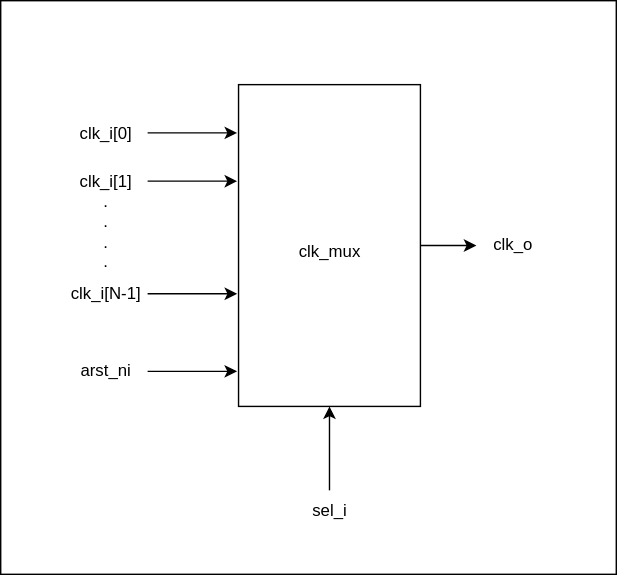
Before: document/source/adn_clk_rst_clk_mux_des.svg, a diagram exported from draw.io (ADN-VLSI/adn_clk_rst). Source tidied: cells renumbered, new cells last; positions are measured from the earlier drawing's top-left corner, leaving out a move shared by most shapes.
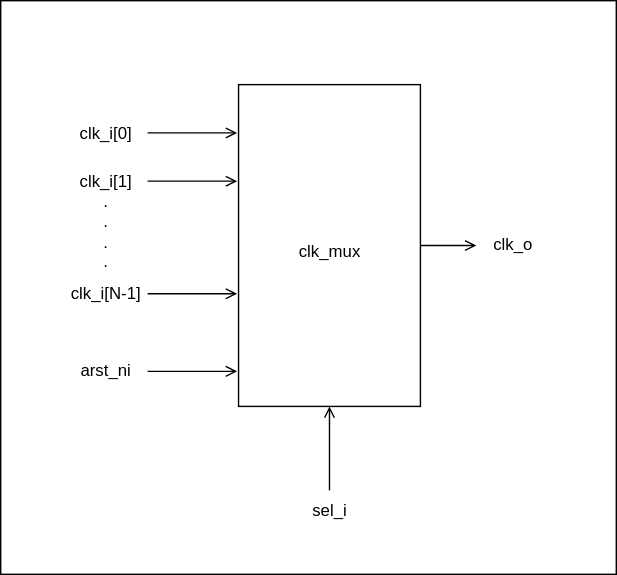
After the change.

Diff of the diagram source:
```diff
@@ -5,7 +5,7 @@
     <mxCell id="2" style="rounded=0;whiteSpace=wrap;html=1;" parent="1" vertex="1">
       <mxGeometry width="440" height="410" as="geometry" />
     </mxCell>
-    <mxCell id="3" style="edgeStyle=none;html=1;" parent="1" edge="1" source="4">
+    <mxCell id="3" style="edgeStyle=none;html=1;endArrow=open;endFill=0;" parent="1" edge="1" source="4">
       <mxGeometry relative="1" as="geometry">
         <mxPoint x="340" y="175" as="targetPoint" />
       </mxGeometry>
@@ -28,7 +28,7 @@
     <mxCell id="9" value="clk_i[N-1]" style="text;html=1;align=center;verticalAlign=middle;strokeColor=none;fillColor=none;" parent="1" vertex="1">
       <mxGeometry x="40" y="195" width="70" height="30" as="geometry" />
     </mxCell>
-    <mxCell id="10" style="edgeStyle=none;html=1;entryX=0.5;entryY=1;entryDx=0;entryDy=0;" parent="1" edge="1" source="11" target="4">
+    <mxCell id="10" style="edgeStyle=none;html=1;entryX=0.5;entryY=1;entryDx=0;entryDy=0;endArrow=open;endFill=0;" parent="1" edge="1" source="11" target="4">
       <mxGeometry relative="1" as="geometry" />
     </mxCell>
     <mxCell id="11" value="sel_i" style="text;html=1;align=center;verticalAlign=middle;points=[];strokeColor=none;fillColor=none;" parent="1" vertex="1">
@@ -37,25 +37,25 @@
     <mxCell id="12" value="clk_o" style="text;html=1;align=center;verticalAlign=middle;strokeColor=none;fillColor=none;" parent="1" vertex="1">
       <mxGeometry x="341" y="160" width="50" height="30" as="geometry" />
     </mxCell>
-    <mxCell id="13" style="edgeStyle=none;html=1;entryX=-0.008;entryY=0.891;entryDx=0;entryDy=0;entryPerimeter=0;" parent="1" edge="1" source="8" target="4">
+    <mxCell id="13" style="edgeStyle=none;html=1;entryX=-0.008;entryY=0.891;entryDx=0;entryDy=0;entryPerimeter=0;endArrow=open;endFill=0;" parent="1" edge="1" source="8" target="4">
       <mxGeometry relative="1" as="geometry" />
     </mxCell>
     <mxCell id="14" value=".&lt;div&gt;.&lt;/div&gt;&lt;div&gt;.&lt;/div&gt;&lt;div&gt;.&lt;/div&gt;" style="text;html=1;align=center;verticalAlign=middle;strokeColor=none;fillColor=none;" parent="1" vertex="1">
       <mxGeometry x="60" y="130" width="30" height="70" as="geometry" />
     </mxCell>
-    <mxCell id="15" style="edgeStyle=none;html=1;entryX=-0.008;entryY=0.891;entryDx=0;entryDy=0;entryPerimeter=0;" parent="1" edge="1">
+    <mxCell id="15" style="edgeStyle=none;html=1;entryX=-0.008;entryY=0.891;entryDx=0;entryDy=0;entryPerimeter=0;endArrow=open;endFill=0;" parent="1" edge="1">
       <mxGeometry relative="1" as="geometry">
         <mxPoint x="105" y="209.5" as="sourcePoint" />
         <mxPoint x="169" y="209.5" as="targetPoint" />
       </mxGeometry>
     </mxCell>
-    <mxCell id="16" style="edgeStyle=none;html=1;entryX=-0.008;entryY=0.891;entryDx=0;entryDy=0;entryPerimeter=0;" parent="1" edge="1">
+    <mxCell id="16" style="edgeStyle=none;html=1;entryX=-0.008;entryY=0.891;entryDx=0;entryDy=0;entryPerimeter=0;strokeWidth=1;endArrow=open;endFill=0;" parent="1" edge="1">
       <mxGeometry relative="1" as="geometry">
         <mxPoint x="105" y="129" as="sourcePoint" />
         <mxPoint x="169" y="129" as="targetPoint" />
       </mxGeometry>
     </mxCell>
-    <mxCell id="17" style="edgeStyle=none;html=1;entryX=-0.008;entryY=0.891;entryDx=0;entryDy=0;entryPerimeter=0;" parent="1" edge="1">
+    <mxCell id="17" style="edgeStyle=none;html=1;entryX=-0.008;entryY=0.891;entryDx=0;entryDy=0;entryPerimeter=0;strokeWidth=1;rounded=1;curved=0;fontSize=11;endArrow=open;endFill=0;" parent="1" edge="1">
       <mxGeometry relative="1" as="geometry">
         <mxPoint x="105" y="94.5" as="sourcePoint" />
         <mxPoint x="169" y="94.5" as="targetPoint" />
```
